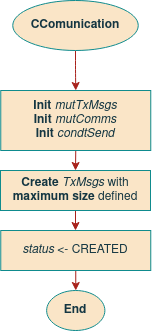
ESRGgroup9/slipad keeps this draw.io diagram as report/images/09sw_specification/LS/ccommunication/constructor.png. Above is the earlier version. Source tidied: cells renumbered, new cells last; positions are measured from the earlier drawing's top-left corner, leaving out a move shared by most shapes.
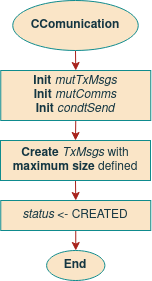
After the commit.

Commit message:
SW Local System & Gateway add figures

Diff of the diagram source:
```diff
@@ -8,30 +8,28 @@
       </mxGeometry>
     </mxCell>
     <mxCell id="3" value="CComunication" style="ellipse;whiteSpace=wrap;html=1;fillColor=#FAE5C7;strokeColor=#0F8B8D;fontColor=#143642;fontStyle=1;" parent="1" vertex="1">
-      <mxGeometry x="12.3" width="125.5" height="50" as="geometry" />
+      <mxGeometry x="12.2" y="20" width="125.5" height="50" as="geometry" />
     </mxCell>
     <mxCell id="4" style="edgeStyle=orthogonalEdgeStyle;curved=0;rounded=1;sketch=0;jettySize=auto;html=1;exitX=0.5;exitY=1;exitDx=0;exitDy=0;entryX=0.5;entryY=0;entryDx=0;entryDy=0;fontColor=#143642;strokeColor=#A8201A;fillColor=#FAE5C7;" parent="1" edge="1" source="5" target="7">
       <mxGeometry relative="1" as="geometry" />
     </mxCell>
     <mxCell id="5" value="&lt;div&gt;&lt;b&gt;Init&lt;/b&gt; &lt;i&gt;mutTxMsgs&lt;/i&gt;&lt;/div&gt;&lt;div&gt;&lt;b&gt;Init&lt;/b&gt;&lt;i&gt; mutComms&lt;/i&gt;&lt;/div&gt;&lt;div&gt;&lt;b&gt;Init&lt;/b&gt;&lt;i&gt; condtSend&lt;br&gt;&lt;/i&gt;&lt;/div&gt;" style="rounded=0;whiteSpace=wrap;html=1;sketch=0;fontColor=#143642;strokeColor=#0F8B8D;fillColor=#FAE5C7;" parent="1" vertex="1">
-      <mxGeometry x="0.3" y="90" width="150" height="60" as="geometry" />
+      <mxGeometry x="0.3" y="90" width="150" height="50" as="geometry" />
     </mxCell>
-    <mxCell id="6" style="edgeStyle=orthogonalEdgeStyle;curved=0;rounded=1;sketch=0;jettySize=auto;html=1;exitX=0.5;exitY=1;exitDx=0;exitDy=0;fontColor=#143642;strokeColor=#A8201A;fillColor=#FAE5C7;" parent="1" edge="1" source="7">
-      <mxGeometry relative="1" as="geometry">
-        <mxPoint x="75" y="230" as="targetPoint" />
-      </mxGeometry>
+    <mxCell id="6" style="edgeStyle=orthogonalEdgeStyle;curved=0;rounded=1;sketch=0;jettySize=auto;html=1;exitX=0.5;exitY=1;exitDx=0;exitDy=0;fontColor=#143642;strokeColor=#A8201A;fillColor=#FAE5C7;entryX=0.5;entryY=0;entryDx=0;entryDy=0;" parent="1" edge="1" source="7" target="10">
+      <mxGeometry relative="1" as="geometry" />
     </mxCell>
     <mxCell id="7" value="&lt;b&gt;Create&lt;/b&gt; &lt;i&gt;TxMsgs     &lt;/i&gt;with &lt;b&gt;maximum size&lt;/b&gt; defined&lt;i&gt;&lt;br&gt;&lt;/i&gt;" style="rounded=0;whiteSpace=wrap;html=1;sketch=0;fontColor=#143642;strokeColor=#0F8B8D;fillColor=#FAE5C7;" parent="1" vertex="1">
-      <mxGeometry y="170" width="150" height="40" as="geometry" />
+      <mxGeometry y="160" width="150" height="40" as="geometry" />
     </mxCell>
     <mxCell id="8" value="End" style="ellipse;whiteSpace=wrap;html=1;fillColor=#FAE5C7;strokeColor=#0F8B8D;fontColor=#143642;fontStyle=1;" parent="1" vertex="1">
-      <mxGeometry x="46.1" y="290" width="58.2" height="40" as="geometry" />
+      <mxGeometry x="46.1" y="270" width="58.2" height="30" as="geometry" />
     </mxCell>
     <mxCell id="9" style="edgeStyle=orthogonalEdgeStyle;rounded=1;jettySize=auto;html=1;exitX=0.5;exitY=1;exitDx=0;exitDy=0;entryX=0.5;entryY=0;entryDx=0;entryDy=0;strokeColor=#A8201A;" parent="1" edge="1" source="10" target="8">
       <mxGeometry relative="1" as="geometry" />
     </mxCell>
     <mxCell id="10" value="&lt;i&gt;status&lt;/i&gt; &amp;lt;- CREATED" style="rounded=0;whiteSpace=wrap;html=1;sketch=0;fontColor=#143642;strokeColor=#0F8B8D;fillColor=#FAE5C7;" parent="1" vertex="1">
-      <mxGeometry x="0.3" y="230" width="150" height="40" as="geometry" />
+      <mxGeometry x="0.3" y="220" width="150" height="30" as="geometry" />
     </mxCell>
   </root>
 </mxGraphModel>
```
